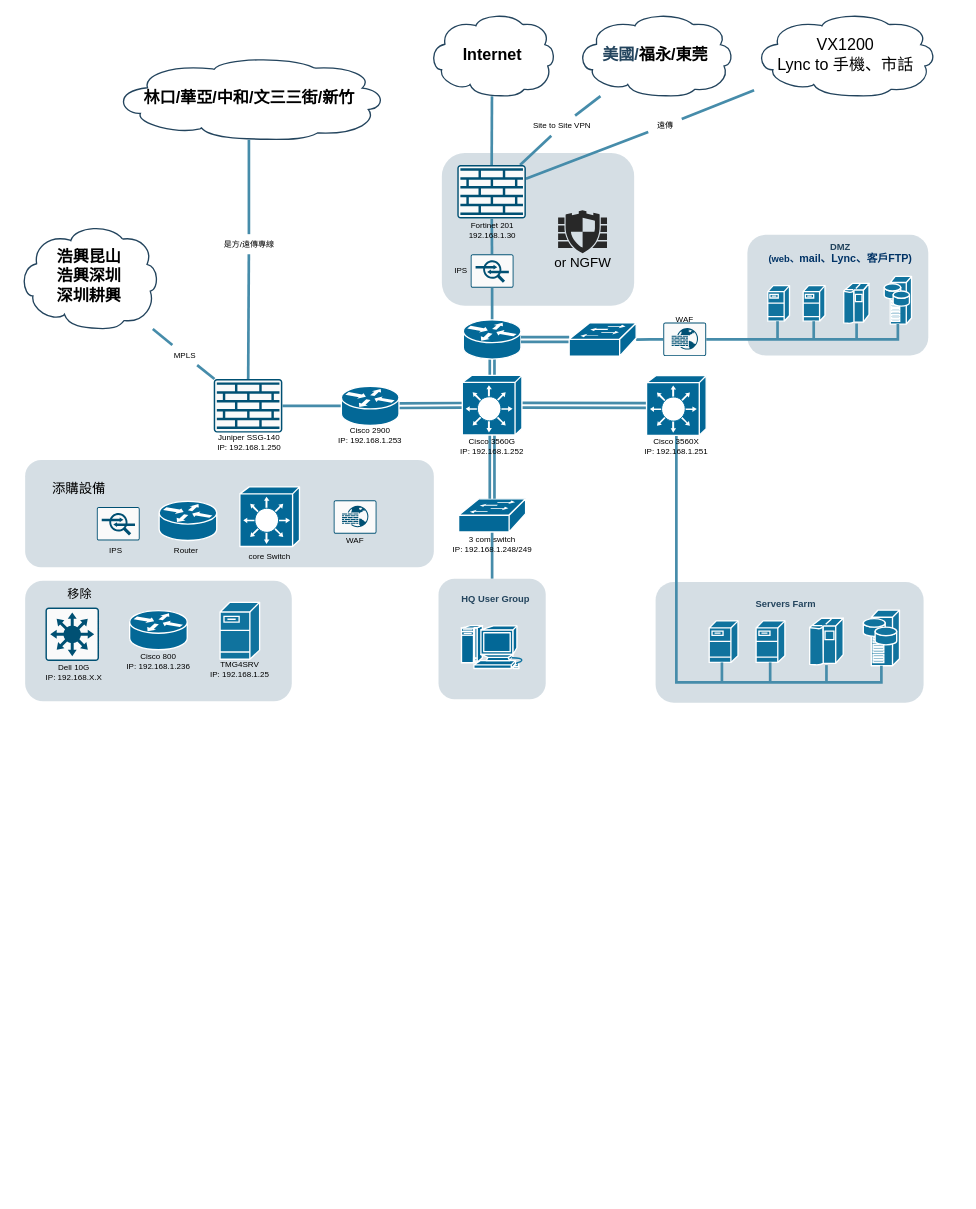
The draw.io diagram HQ-V2.drawio in KevinKuo2519/AI-Prpgram, before the edit. Source tidied: cells renumbered, new cells numbered last; positions are measured from the earlier drawing's top-left corner, leaving out a move shared by most shapes. Both pictures are drawn from the tidied source at 67%, with x=0, y=0 at pixel (11, 12).
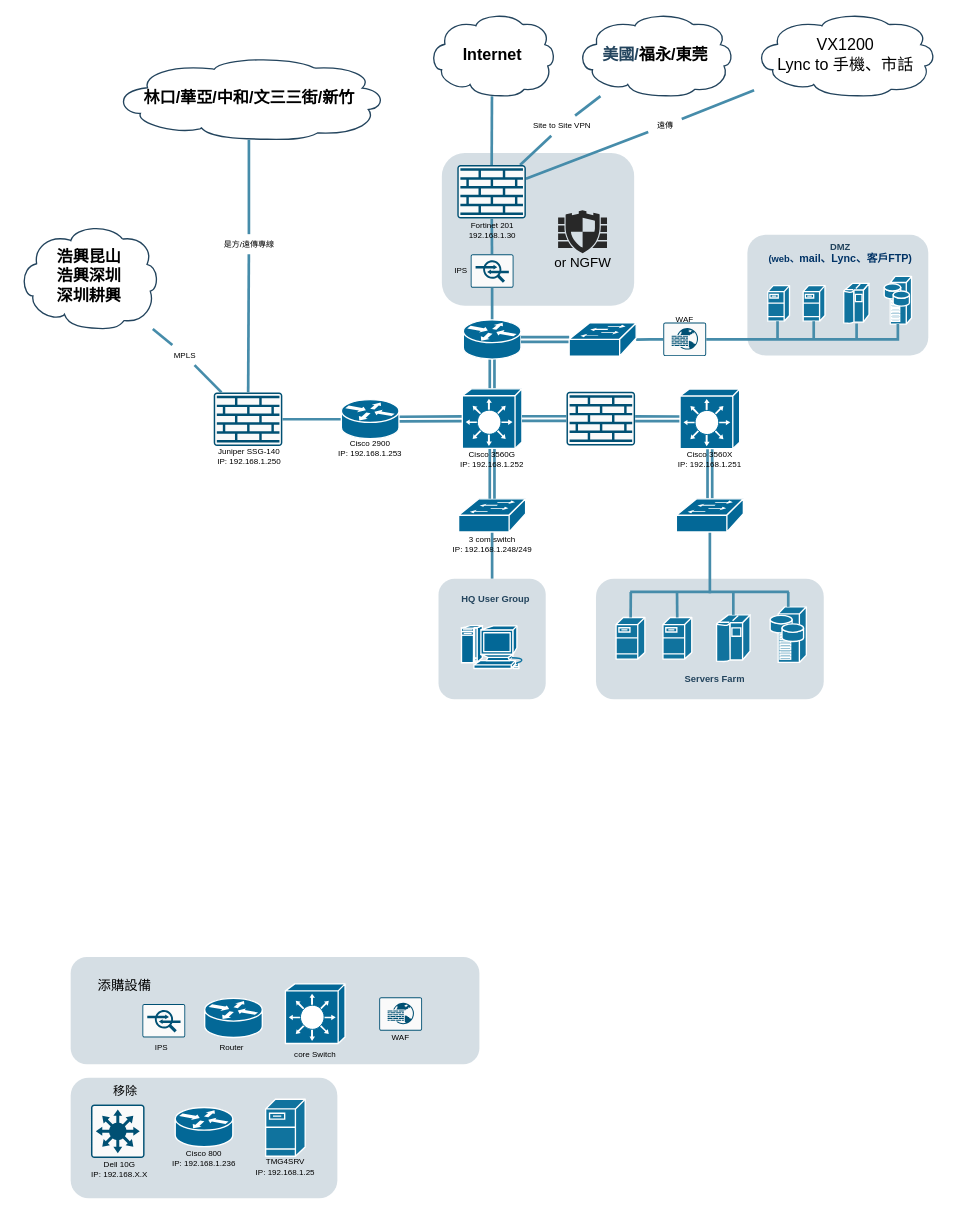
The same page after the edit.

Unchanged cells that the change refers to:
```xml
<mxCell id="25" style="shape=mxgraph.cisco.switches.workgroup_switch;sketch=0;html=1;dashed=0;fillColor=#036897;strokeColor=#ffffff;strokeWidth=2;verticalLabelPosition=bottom;verticalAlign=top;align=center;outlineConnect=0;" parent="24" vertex="1">
  <mxGeometry x="12.2" width="100" height="49.5" as="geometry" />
</mxCell>
<mxCell id="33" style="shape=mxgraph.cisco.switches.layer_3_switch;sketch=0;html=1;dashed=0;fillColor=#036897;strokeColor=#ffffff;strokeWidth=2;verticalLabelPosition=bottom;verticalAlign=top;align=center;outlineConnect=0;" parent="32" vertex="1">
  <mxGeometry x="10.5" width="89" height="89" as="geometry" />
</mxCell>
<mxCell id="92" style="shape=mxgraph.cisco.switches.layer_3_switch;sketch=0;html=1;dashed=0;fillColor=#036897;strokeColor=#ffffff;strokeWidth=2;verticalLabelPosition=bottom;verticalAlign=top;align=center;outlineConnect=0;points=[[0,0.25,0,0,0],[0,0.5,0,0,0],[0,0.76,0,0,0],[0,1,0,0,0],[0.07,0,0,0,0],[0.29,0,0,0,0],[0.5,0,0,0,0],[0.5,1,0,0,0],[0.75,0,0,0,0],[0.95,0.94,0,0,0],[1,0,0,0,0],[1,0.5,0,0,0]];" parent="91" vertex="1">
  <mxGeometry x="10.5" width="89" height="89" as="geometry" />
</mxCell>
```

The edit, as a diff of the source:
```diff
@@
+    <mxCell id="6" style="rounded=1;whiteSpace=wrap;html=1;strokeColor=none;fillColor=#BAC8D3;fontSize=24;fontColor=#23445D;align=center;opacity=60;" parent="1" vertex="1">
+      <mxGeometry x="872" y="845.2" width="340" height="180" as="geometry" />
+    </mxCell>
@@
     <mxCell id="4" style="rounded=1;whiteSpace=wrap;html=1;strokeColor=none;fillColor=#BAC8D3;fontSize=24;fontColor=#23445D;align=center;opacity=60;" parent="1" vertex="1">
-      <mxGeometry x="20" y="668.2" width="610" height="160" as="geometry" />
+      <mxGeometry x="88" y="1410" width="610" height="160" as="geometry" />
     </mxCell>
-    <mxCell id="5" style="group;" parent="1" vertex="1">
-      <mxGeometry x="961" y="820.2" width="450" height="210" as="geometry" />
-    </mxCell>
-    <mxCell id="6" style="rounded=1;whiteSpace=wrap;html=1;strokeColor=none;fillColor=#BAC8D3;fontSize=24;fontColor=#23445D;align=center;opacity=60;" parent="5" vertex="1">
-      <mxGeometry y="30" width="400" height="180" as="geometry" />
-    </mxCell>
-    <mxCell id="7" style="shape=mxgraph.cisco.servers.fileserver;html=1;dashed=0;fillColor=#10739E;strokeColor=#ffffff;strokeWidth=2;verticalLabelPosition=bottom;verticalAlign=top;fontFamily=Helvetica;fontSize=36;fontColor=#FFB366;" parent="5" vertex="1">
-      <mxGeometry x="80" y="88" width="43" height="62" as="geometry" />
-    </mxCell>
-    <mxCell id="8" style="shape=mxgraph.cisco.servers.fileserver;html=1;dashed=0;fillColor=#10739E;strokeColor=#ffffff;strokeWidth=2;verticalLabelPosition=bottom;verticalAlign=top;fontFamily=Helvetica;fontSize=36;fontColor=#FFB366;" parent="5" vertex="1">
-      <mxGeometry x="150" y="88" width="43" height="62" as="geometry" />
-    </mxCell>
-    <mxCell id="9" style="shape=mxgraph.cisco.computers_and_peripherals.ibm_mainframe;html=1;dashed=0;fillColor=#10739E;strokeColor=#ffffff;strokeWidth=2;verticalLabelPosition=bottom;verticalAlign=top;fontFamily=Helvetica;fontSize=36;fontColor=#FFB366;" parent="5" vertex="1">
-      <mxGeometry x="230" y="84" width="50" height="70" as="geometry" />
-    </mxCell>
-    <mxCell id="10" style="shape=mxgraph.cisco.servers.storage_server;html=1;dashed=0;fillColor=#10739E;strokeColor=#ffffff;strokeWidth=2;verticalLabelPosition=bottom;verticalAlign=top;fontFamily=Helvetica;fontSize=36;fontColor=#FFB366;" parent="5" vertex="1">
-      <mxGeometry x="310" y="72" width="54" height="83" as="geometry" />
-    </mxCell>
-    <mxCell id="11" style="edgeStyle=elbowEdgeStyle;elbow=horizontal;endArrow=none;html=1;strokeColor=#468CAA;endFill=0;strokeWidth=4;rounded=1;" parent="5" edge="1" source="7">
-      <mxGeometry relative="1" as="geometry">
-        <mxPoint x="99.3" y="178" as="targetPoint" />
-      </mxGeometry>
-    </mxCell>
-    <mxCell id="12" style="edgeStyle=elbowEdgeStyle;elbow=horizontal;endArrow=none;html=1;strokeColor=#468CAA;endFill=0;strokeWidth=4;rounded=1;" parent="5" edge="1" source="8">
-      <mxGeometry relative="1" as="geometry">
-        <mxPoint x="171.3" y="180" as="targetPoint" />
-      </mxGeometry>
-    </mxCell>
-    <mxCell id="13" style="edgeStyle=elbowEdgeStyle;elbow=horizontal;endArrow=none;html=1;strokeColor=#468CAA;endFill=0;strokeWidth=4;rounded=1;" parent="5" edge="1" source="9">
-      <mxGeometry relative="1" as="geometry">
-        <mxPoint x="255.3" y="180" as="targetPoint" />
-      </mxGeometry>
-    </mxCell>
-    <mxCell id="14" value="&lt;font color=&quot;#23445d&quot;&gt;Servers Farm&lt;/font&gt;" style="rounded=1;whiteSpace=wrap;html=1;strokeColor=none;fillColor=none;fontSize=14;fontColor=#742B21;align=center;fontStyle=1;" parent="5" vertex="1">
-      <mxGeometry x="123" y="53" width="143" height="19" as="geometry" />
-    </mxCell>
@@
-    <mxCell id="16" style="rounded=1;jettySize=auto;html=1;exitX=1;exitY=0.5;exitDx=0;exitDy=0;exitPerimeter=0;entryX=0;entryY=0.5;entryDx=0;entryDy=0;entryPerimeter=0;strokeWidth=4;strokeColor=#468CAA;endArrow=none;endFill=0;shape=link;" parent="1" edge="1" source="92" target="33">
+    <mxCell id="16" style="rounded=1;jettySize=auto;html=1;strokeWidth=4;strokeColor=#468CAA;endArrow=none;endFill=0;shape=link;" parent="1" edge="1" source="109" target="33">
       <mxGeometry relative="1" as="geometry" />
     </mxCell>
@@
-    <mxCell id="21" style="rounded=0;jettySize=auto;html=1;strokeColor=#468CAA;strokeWidth=4;endArrow=none;endFill=0;exitX=0.5;exitY=1;exitDx=0;exitDy=0;exitPerimeter=0;edgeStyle=orthogonalEdgeStyle;" parent="1" edge="1" source="10" target="33">
-      <mxGeometry relative="1" as="geometry">
-        <Array as="points">
-          <mxPoint x="1298" y="1000" />
-          <mxPoint x="992" y="1000" />
-        </Array>
-      </mxGeometry>
+    <mxCell id="21" style="rounded=0;jettySize=auto;html=1;strokeColor=#468CAA;strokeWidth=4;endArrow=none;endFill=0;shape=link;" parent="1" edge="1" source="111" target="33">
+      <mxGeometry relative="1" as="geometry" />
     </mxCell>
@@
-    <mxCell id="27" style="rounded=1;jettySize=auto;html=1;exitX=0.5;exitY=0;exitDx=0;exitDy=0;exitPerimeter=0;entryX=0.5;entryY=1;entryDx=0;entryDy=0;entryPerimeter=0;strokeColor=#468CAA;strokeWidth=4;endArrow=none;endFill=0;shape=link;" parent="1" edge="1" source="25" target="92">
+    <mxCell id="27" style="rounded=1;jettySize=auto;html=1;strokeColor=#468CAA;strokeWidth=4;endArrow=none;endFill=0;shape=link;" parent="1" edge="1" source="25" target="92">
       <mxGeometry relative="1" as="geometry" />
     </mxCell>
@@
     <mxCell id="32" style="group;" parent="1" vertex="1">
-      <mxGeometry x="937" y="542.2" width="110" height="120" as="geometry" />
+      <mxGeometry x="987" y="562.2" width="110" height="120" as="geometry" />
     </mxCell>
@@
     <mxCell id="52" style="sketch=0;verticalLabelPosition=bottom;html=1;verticalAlign=top;align=center;shape=mxgraph.cisco19.rect;prIcon=ips_ids;fillColor=#FAFAFA;strokeColor=#005073;" parent="1" vertex="1">
-      <mxGeometry x="127" y="738.2" width="64" height="50" as="geometry" />
+      <mxGeometry x="195" y="1480" width="64" height="50" as="geometry" />
     </mxCell>
     <mxCell id="53" style="shape=mxgraph.cisco.routers.router;sketch=0;html=1;dashed=0;fillColor=#036897;strokeColor=#ffffff;strokeWidth=2;verticalLabelPosition=bottom;verticalAlign=top;align=center;" parent="1" vertex="1">
-      <mxGeometry x="220" y="729.8" width="86" height="58.4" as="geometry" />
+      <mxGeometry x="288" y="1471.6" width="86" height="58.4" as="geometry" />
     </mxCell>
     <mxCell id="54" value="&lt;font style=&quot;font-size: 20px;&quot;&gt;添購設備&lt;/font&gt;" style="text;html=1;align=center;verticalAlign=middle;strokeColor=none;fillColor=none;" parent="1" vertex="1">
-      <mxGeometry x="50" y="689.8" width="100" height="40" as="geometry" />
+      <mxGeometry x="118" y="1431.6" width="100" height="40" as="geometry" />
     </mxCell>
     <mxCell id="55" value="IPS" style="text;html=1;strokeColor=none;fillColor=none;align=center;verticalAlign=middle;whiteSpace=wrap;rounded=0;" parent="1" vertex="1">
-      <mxGeometry x="103" y="788.2" width="105" height="30" as="geometry" />
+      <mxGeometry x="171" y="1530" width="105" height="30" as="geometry" />
     </mxCell>
     <mxCell id="56" value="Router" style="text;html=1;strokeColor=none;fillColor=none;align=center;verticalAlign=middle;whiteSpace=wrap;rounded=0;" parent="1" vertex="1">
-      <mxGeometry x="208" y="788.2" width="105" height="30" as="geometry" />
+      <mxGeometry x="276" y="1530" width="105" height="30" as="geometry" />
     </mxCell>
     <mxCell id="57" style="group;" parent="1" vertex="1">
-      <mxGeometry x="330" y="708.2" width="110" height="120" as="geometry" />
+      <mxGeometry x="398" y="1450" width="110" height="120" as="geometry" />
     </mxCell>
@@
     <mxCell id="63" style="group;" parent="1" vertex="1">
-      <mxGeometry x="460" y="728.2" width="105" height="75" as="geometry" />
+      <mxGeometry x="528" y="1470" width="105" height="75" as="geometry" />
     </mxCell>
@@
     <mxCell id="69" style="rounded=1;whiteSpace=wrap;html=1;strokeColor=none;fillColor=#BAC8D3;fontSize=24;fontColor=#23445D;align=center;opacity=60;" parent="1" vertex="1">
-      <mxGeometry x="20" y="848.2" width="398" height="180" as="geometry" />
+      <mxGeometry x="88" y="1590" width="398" height="180" as="geometry" />
     </mxCell>
     <mxCell id="70" style="group;" parent="1" vertex="1">
-      <mxGeometry x="40" y="888.2" width="257.8" height="135.7" as="geometry" />
+      <mxGeometry x="108" y="1630" width="257.8" height="135.7" as="geometry" />
     </mxCell>
@@
     <mxCell id="73" value="Dell 10G&lt;br&gt;IP: 192.168.X.X" style="text;html=1;strokeColor=none;fillColor=none;align=center;verticalAlign=middle;whiteSpace=wrap;rounded=0;" parent="1" vertex="1">
-      <mxGeometry y="970.2" width="185.6" height="30" as="geometry" />
+      <mxGeometry x="68" y="1712" width="185.6" height="30" as="geometry" />
     </mxCell>
     <mxCell id="74" style="group;" parent="1" vertex="1">
-      <mxGeometry x="169" y="892.8" width="100" height="91" as="geometry" />
+      <mxGeometry x="237" y="1634.5" width="100" height="91" as="geometry" />
     </mxCell>
@@
     <mxCell id="77" style="group;" parent="1" vertex="1">
-      <mxGeometry x="301.5" y="547.2" width="105" height="110" as="geometry" />
+      <mxGeometry x="301.5" y="567.2" width="105" height="110" as="geometry" />
     </mxCell>
@@
     <mxCell id="80" style="group;" parent="1" vertex="1">
-      <mxGeometry x="485" y="558" width="100" height="88.4" as="geometry" />
+      <mxGeometry x="485" y="578" width="100" height="88.4" as="geometry" />
     </mxCell>
@@
     <mxCell id="87" style="group;" parent="1" vertex="1">
-      <mxGeometry x="288" y="880.5" width="105" height="115.5" as="geometry" />
+      <mxGeometry x="356" y="1622.2" width="105" height="115.5" as="geometry" />
     </mxCell>
@@
     <mxCell id="91" style="group;" parent="1" vertex="1">
-      <mxGeometry x="662" y="541.8" width="110" height="120" as="geometry" />
+      <mxGeometry x="662" y="561.8" width="110" height="120" as="geometry" />
     </mxCell>
@@
+    <mxCell id="108" style="rounded=1;jettySize=auto;html=1;strokeWidth=4;strokeColor=#468CAA;endArrow=none;endFill=0;shape=link;" parent="1" edge="1" source="92" target="109">
+      <mxGeometry relative="1" as="geometry" />
+    </mxCell>
+    <mxCell id="109" style="sketch=0;points=[[0.015,0.015,0],[0.985,0.015,0],[0.985,0.985,0],[0.015,0.985,0],[0.25,0,0],[0.5,0,0],[0.75,0,0],[1,0.25,0],[1,0.5,0],[1,0.75,0],[0.75,1,0],[0.5,1,0],[0.25,1,0],[0,0.75,0],[0,0.5,0],[0,0.25,0]];verticalLabelPosition=bottom;html=1;verticalAlign=top;align=center;shape=mxgraph.cisco19.rect;prIcon=firewall;fillColor=#FAFAFA;strokeColor=#005073;" parent="1" vertex="1">
+      <mxGeometry x="828" y="566.3" width="102.4" height="80" as="geometry" />
+    </mxCell>
+    <mxCell id="110" style="rounded=0;jettySize=auto;html=1;strokeColor=#468CAA;strokeWidth=4;endArrow=none;endFill=0;" parent="1" edge="1" target="111">
+      <mxGeometry relative="1" as="geometry">
+        <mxPoint x="1042" y="867" as="sourcePoint" />
+      </mxGeometry>
+    </mxCell>
+    <mxCell id="111" style="shape=mxgraph.cisco.switches.workgroup_switch;sketch=0;html=1;dashed=0;fillColor=#036897;strokeColor=#ffffff;strokeWidth=2;verticalLabelPosition=bottom;verticalAlign=top;align=center;outlineConnect=0;" parent="1" vertex="1">
+      <mxGeometry x="992" y="726" width="100" height="49.5" as="geometry" />
+    </mxCell>
+    <mxCell id="112" style="elbow=horizontal;endArrow=none;html=1;strokeColor=#468CAA;endFill=0;strokeWidth=4;rounded=1;" parent="1" edge="1">
+      <mxGeometry relative="1" as="geometry">
+        <mxPoint x="1160" y="865" as="sourcePoint" />
+        <mxPoint x="923" y="865" as="targetPoint" />
+      </mxGeometry>
+    </mxCell>
+    <mxCell id="7" style="shape=mxgraph.cisco.servers.fileserver;html=1;dashed=0;fillColor=#10739E;strokeColor=#ffffff;strokeWidth=2;verticalLabelPosition=bottom;verticalAlign=top;fontFamily=Helvetica;fontSize=36;fontColor=#FFB366;" parent="1" vertex="1">
+      <mxGeometry x="902" y="903.2" width="43" height="62" as="geometry" />
+    </mxCell>
+    <mxCell id="8" style="shape=mxgraph.cisco.servers.fileserver;html=1;dashed=0;fillColor=#10739E;strokeColor=#ffffff;strokeWidth=2;verticalLabelPosition=bottom;verticalAlign=top;fontFamily=Helvetica;fontSize=36;fontColor=#FFB366;" parent="1" vertex="1">
+      <mxGeometry x="972" y="903.2" width="43" height="62" as="geometry" />
+    </mxCell>
+    <mxCell id="9" style="shape=mxgraph.cisco.computers_and_peripherals.ibm_mainframe;html=1;dashed=0;fillColor=#10739E;strokeColor=#ffffff;strokeWidth=2;verticalLabelPosition=bottom;verticalAlign=top;fontFamily=Helvetica;fontSize=36;fontColor=#FFB366;" parent="1" vertex="1">
+      <mxGeometry x="1052" y="899.2" width="50" height="70" as="geometry" />
+    </mxCell>
+    <mxCell id="10" style="shape=mxgraph.cisco.servers.storage_server;html=1;dashed=0;fillColor=#10739E;strokeColor=#ffffff;strokeWidth=2;verticalLabelPosition=bottom;verticalAlign=top;fontFamily=Helvetica;fontSize=36;fontColor=#FFB366;" parent="1" vertex="1">
+      <mxGeometry x="1132" y="887.2" width="54" height="83" as="geometry" />
+    </mxCell>
+    <mxCell id="11" style="elbow=horizontal;endArrow=none;html=1;strokeColor=#468CAA;endFill=0;strokeWidth=4;rounded=1;" parent="1" edge="1" source="7">
+      <mxGeometry relative="1" as="geometry">
+        <mxPoint x="924" y="865" as="targetPoint" />
+      </mxGeometry>
+    </mxCell>
+    <mxCell id="12" style="elbow=horizontal;endArrow=none;html=1;strokeColor=#468CAA;endFill=0;strokeWidth=4;rounded=1;" parent="1" edge="1" source="8">
+      <mxGeometry relative="1" as="geometry">
+        <mxPoint x="993" y="865" as="targetPoint" />
+      </mxGeometry>
+    </mxCell>
+    <mxCell id="13" style="elbow=horizontal;endArrow=none;html=1;strokeColor=#468CAA;endFill=0;strokeWidth=4;rounded=1;" parent="1" edge="1" source="9">
+      <mxGeometry relative="1" as="geometry">
+        <mxPoint x="1077" y="865" as="targetPoint" />
+      </mxGeometry>
+    </mxCell>
+    <mxCell id="113" style="elbow=horizontal;endArrow=none;html=1;strokeColor=#468CAA;endFill=0;strokeWidth=4;rounded=1;" parent="1" edge="1" source="10">
+      <mxGeometry relative="1" as="geometry">
+        <mxPoint x="1159" y="865" as="targetPoint" />
+      </mxGeometry>
+    </mxCell>
+    <mxCell id="14" value="&lt;font color=&quot;#23445d&quot;&gt;Servers Farm&lt;/font&gt;" style="rounded=1;whiteSpace=wrap;html=1;strokeColor=none;fillColor=none;fontSize=14;fontColor=#742B21;align=center;fontStyle=1;" parent="1" vertex="1">
+      <mxGeometry x="978" y="985" width="143" height="19" as="geometry" />
+    </mxCell>
```
